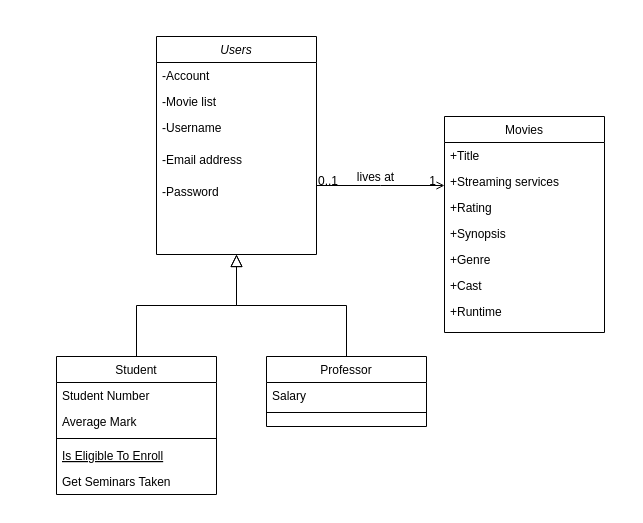
307ScreenSquad/CSC307-ScreenSquad keeps this draw.io diagram as Untitled Diagram.drawio. Above is the earlier version. Source tidied: cells renumbered, new cells numbered last; positions are measured from the earlier drawing's top-left corner, leaving out a move shared by most shapes. Both pictures are drawn from the tidied source at 100%, with x=0, y=0 at pixel (56, 36).
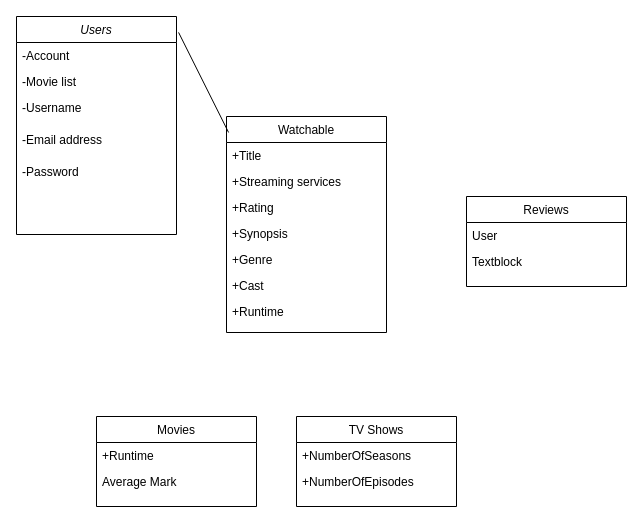
The same page after the edit.

What changed in the source:
```diff
@@
     <mxCell id="2" value="Users" style="swimlane;fontStyle=2;align=center;verticalAlign=top;horizontal=1;startSize=26;rounded=0;shadow=0;strokeWidth=1;" parent="1" vertex="1">
-      <mxGeometry x="100" width="160" height="218" as="geometry" />
+      <mxGeometry x="-40" y="-20" width="160" height="218" as="geometry" />
     </mxCell>
@@
-    <mxCell id="8" value="Student" style="swimlane;fontStyle=0;align=center;verticalAlign=top;horizontal=1;startSize=26;rounded=0;shadow=0;strokeWidth=1;" parent="1" vertex="1">
-      <mxGeometry y="320" width="160" height="138" as="geometry" />
-    </mxCell>
-    <mxCell id="9" value="Student Number" style="text;align=left;verticalAlign=top;spacingLeft=4;spacingRight=4;overflow=hidden;" parent="8" vertex="1">
-      <mxGeometry y="26" width="160" height="26" as="geometry" />
-    </mxCell>
-    <mxCell id="10" value="Average Mark" style="text;align=left;verticalAlign=top;spacingLeft=4;spacingRight=4;overflow=hidden;rounded=0;shadow=0;html=0;" parent="8" vertex="1">
-      <mxGeometry y="52" width="160" height="26" as="geometry" />
-    </mxCell>
-    <mxCell id="11" style="line;html=1;strokeWidth=1;align=left;verticalAlign=middle;spacingTop=-1;spacingLeft=3;spacingRight=3;labelPosition=right;" parent="8" vertex="1">
-      <mxGeometry y="78" width="160" height="8" as="geometry" />
-    </mxCell>
-    <mxCell id="12" value="Is Eligible To Enroll" style="text;align=left;verticalAlign=top;spacingLeft=4;spacingRight=4;overflow=hidden;fontStyle=4;" parent="8" vertex="1">
-      <mxGeometry y="86" width="160" height="26" as="geometry" />
-    </mxCell>
-    <mxCell id="13" value="Get Seminars Taken" style="text;align=left;verticalAlign=top;spacingLeft=4;spacingRight=4;overflow=hidden;" parent="8" vertex="1">
-      <mxGeometry y="112" width="160" height="26" as="geometry" />
-    </mxCell>
-    <mxCell id="14" style="endArrow=block;endSize=10;endFill=0;shadow=0;strokeWidth=1;rounded=0;edgeStyle=elbowEdgeStyle;elbow=vertical;" parent="1" edge="1" source="8" target="2">
-      <mxGeometry relative="1" as="geometry" />
-    </mxCell>
-    <mxCell id="15" value="Professor" style="swimlane;fontStyle=0;align=center;verticalAlign=top;horizontal=1;startSize=26;rounded=0;shadow=0;strokeWidth=1;" parent="1" vertex="1">
-      <mxGeometry x="210" y="320" width="160" height="70" as="geometry" />
-    </mxCell>
-    <mxCell id="16" value="Salary" style="text;align=left;verticalAlign=top;spacingLeft=4;spacingRight=4;overflow=hidden;" parent="15" vertex="1">
-      <mxGeometry y="26" width="160" height="26" as="geometry" />
-    </mxCell>
-    <mxCell id="17" style="line;html=1;strokeWidth=1;align=left;verticalAlign=middle;spacingTop=-1;spacingLeft=3;spacingRight=3;labelPosition=right;" parent="15" vertex="1">
-      <mxGeometry y="52" width="160" height="8" as="geometry" />
-    </mxCell>
-    <mxCell id="18" style="endArrow=block;endSize=10;endFill=0;shadow=0;strokeWidth=1;rounded=0;edgeStyle=elbowEdgeStyle;elbow=vertical;" parent="1" edge="1" source="15" target="2">
-      <mxGeometry relative="1" as="geometry" />
-    </mxCell>
-    <mxCell id="19" value="Movies" style="swimlane;fontStyle=0;align=center;verticalAlign=top;horizontal=1;startSize=26;rounded=0;shadow=0;strokeWidth=1;" parent="1" vertex="1">
-      <mxGeometry x="388" y="80" width="160" height="216" as="geometry" />
+    <mxCell id="19" value="Watchable" style="swimlane;fontStyle=0;align=center;verticalAlign=top;horizontal=1;startSize=26;rounded=0;shadow=0;strokeWidth=1;" parent="1" vertex="1">
+      <mxGeometry x="170" y="80" width="160" height="216" as="geometry" />
     </mxCell>
@@
-    <mxCell id="27" style="endArrow=open;shadow=0;strokeWidth=1;rounded=0;endFill=1;edgeStyle=elbowEdgeStyle;elbow=vertical;" parent="1" edge="1" source="2" target="19">
-      <mxGeometry x="0.5" y="41" relative="1" as="geometry">
-        <mxPoint x="-40" y="32" as="offset" />
-      </mxGeometry>
+    <mxCell id="27" style="endArrow=none;html=1;rounded=0;entryX=0.013;entryY=0.074;entryDx=0;entryDy=0;entryPerimeter=0;exitX=1.013;exitY=0.073;exitDx=0;exitDy=0;exitPerimeter=0;" parent="1" edge="1" source="2" target="19">
+      <mxGeometry relative="1" as="geometry" />
     </mxCell>
-    <mxCell id="28" value="0..1" style="align=left;verticalAlign=bottom;labelBackgroundColor=none;fontSize=12;" parent="27" vertex="1">
-      <mxGeometry x="-1" relative="1" as="geometry">
-        <mxPoint y="4" as="offset" />
-      </mxGeometry>
-    </mxCell>
-    <mxCell id="29" value="1" style="align=right;verticalAlign=bottom;labelBackgroundColor=none;fontSize=12;" parent="27" vertex="1">
-      <mxGeometry x="1" relative="1" as="geometry">
-        <mxPoint x="-7" y="4" as="offset" />
-      </mxGeometry>
-    </mxCell>
-    <mxCell id="30" value="lives at" style="text;html=1;align=center;verticalAlign=middle;labelBackgroundColor=none;rounded=0;shadow=0;strokeWidth=1;fontSize=12;" parent="27" vertex="1">
-      <mxGeometry x="0.5" y="49" relative="1" as="geometry">
-        <mxPoint x="-38" y="40" as="offset" />
-      </mxGeometry>
-    </mxCell>
+    <mxCell id="31" value="Movies" style="swimlane;fontStyle=0;align=center;verticalAlign=top;horizontal=1;startSize=26;rounded=0;shadow=0;strokeWidth=1;" parent="1" vertex="1">
+      <mxGeometry x="40" y="380" width="160" height="90" as="geometry" />
+    </mxCell>
+    <mxCell id="32" value="+Runtime" style="text;align=left;verticalAlign=top;spacingLeft=4;spacingRight=4;overflow=hidden;" parent="31" vertex="1">
+      <mxGeometry y="26" width="160" height="26" as="geometry" />
+    </mxCell>
+    <mxCell id="10" value="Average Mark" style="text;align=left;verticalAlign=top;spacingLeft=4;spacingRight=4;overflow=hidden;rounded=0;shadow=0;html=0;" parent="31" vertex="1">
+      <mxGeometry y="52" width="160" height="26" as="geometry" />
+    </mxCell>
+    <mxCell id="33" value="TV Shows" style="swimlane;fontStyle=0;align=center;verticalAlign=top;horizontal=1;startSize=26;rounded=0;shadow=0;strokeWidth=1;" parent="1" vertex="1">
+      <mxGeometry x="240" y="380" width="160" height="90" as="geometry" />
+    </mxCell>
+    <mxCell id="34" value="+NumberOfSeasons&#10;" style="text;align=left;verticalAlign=top;spacingLeft=4;spacingRight=4;overflow=hidden;" parent="33" vertex="1">
+      <mxGeometry y="26" width="160" height="26" as="geometry" />
+    </mxCell>
+    <mxCell id="35" value="+NumberOfEpisodes&#10;" style="text;align=left;verticalAlign=top;spacingLeft=4;spacingRight=4;overflow=hidden;" parent="33" vertex="1">
+      <mxGeometry y="52" width="160" height="34" as="geometry" />
+    </mxCell>
+    <mxCell id="36" value="Reviews" style="swimlane;fontStyle=0;align=center;verticalAlign=top;horizontal=1;startSize=26;rounded=0;shadow=0;strokeWidth=1;" parent="1" vertex="1">
+      <mxGeometry x="410" y="160" width="160" height="90" as="geometry" />
+    </mxCell>
+    <mxCell id="37" value="User" style="text;align=left;verticalAlign=top;spacingLeft=4;spacingRight=4;overflow=hidden;" parent="36" vertex="1">
+      <mxGeometry y="26" width="160" height="26" as="geometry" />
+    </mxCell>
+    <mxCell id="38" value="Textblock" style="text;align=left;verticalAlign=top;spacingLeft=4;spacingRight=4;overflow=hidden;" parent="36" vertex="1">
+      <mxGeometry y="52" width="160" height="34" as="geometry" />
+    </mxCell>
```
